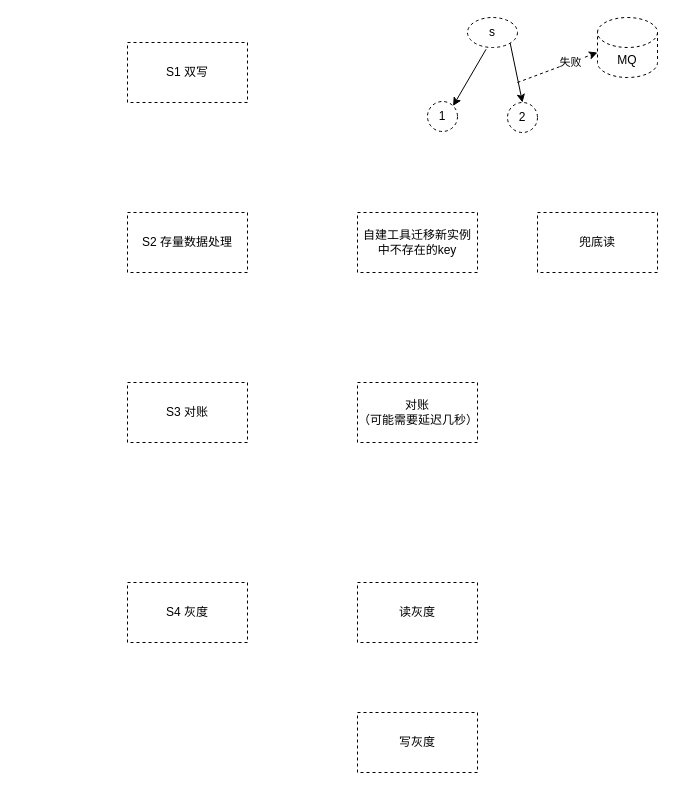
Earlier version of the draw.io diagram arch/实例拆分方案.drawio (melonshell/draw.io). Source tidied: cells renumbered, new cells numbered last; positions are measured from the earlier drawing's top-left corner, leaving out a move shared by most shapes. Both pictures are drawn from the tidied source at 100%, with x=0, y=0 at pixel (17, 17).
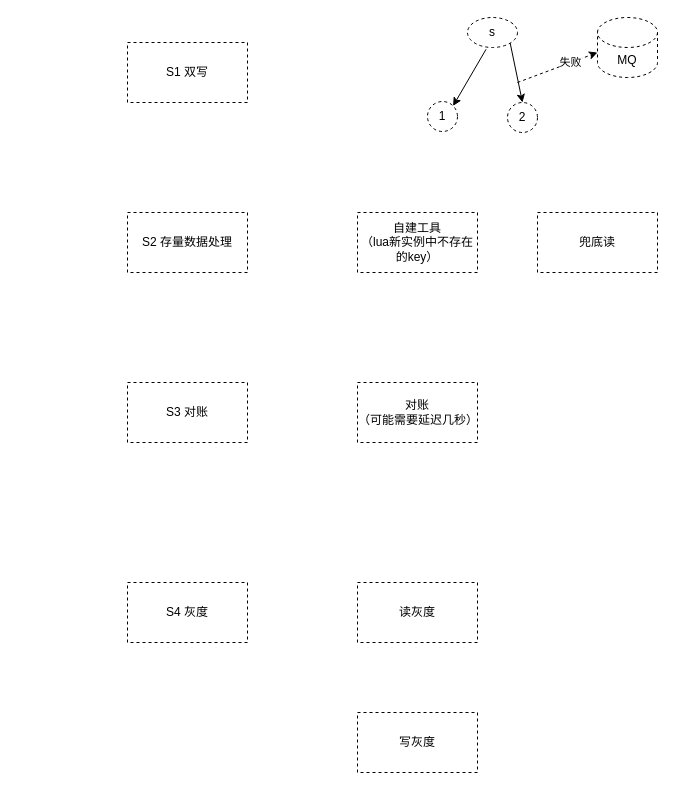
The same page after the edit.

Commit message (it also covers changes not shown here):
更新实例拆分方案.drawio

The edit, as a diff of the source:
```diff
@@
-    <mxCell id="10" value="自建工具迁移新实例中不存在的key" style="rounded=0;whiteSpace=wrap;html=1;dashed=1;fillColor=none;" parent="1" vertex="1">
+    <mxCell id="10" value="自建工具&lt;br&gt;（lua新实例中不存在的key）" style="rounded=0;whiteSpace=wrap;html=1;dashed=1;fillColor=none;" parent="1" vertex="1">
       <mxGeometry x="340" y="195" width="120" height="60" as="geometry" />
     </mxCell>
```
